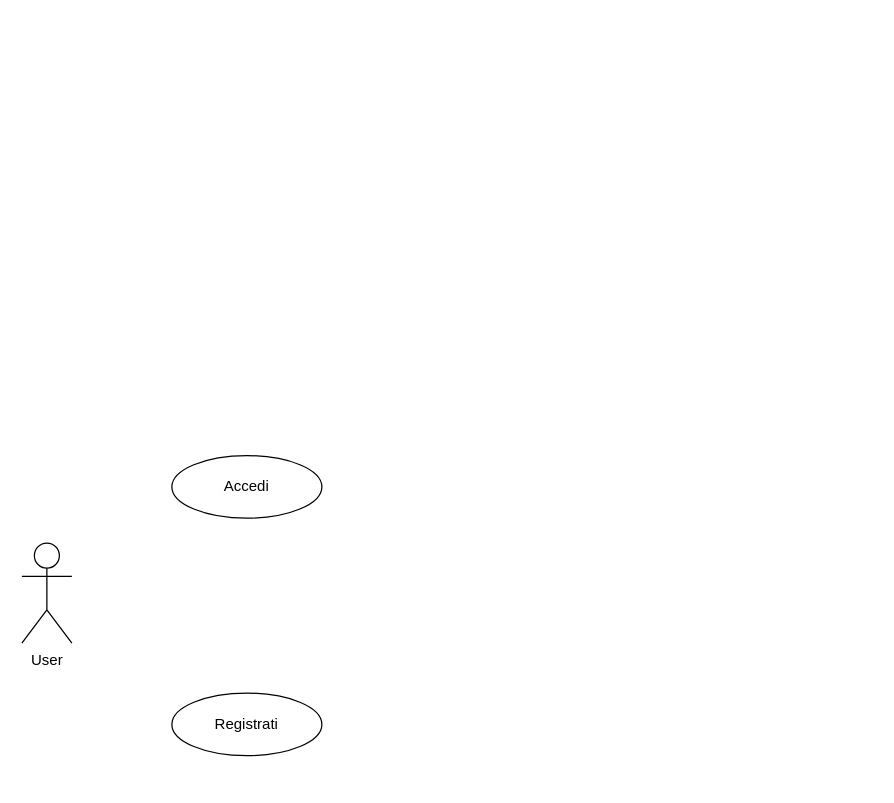
Above: FItTracker.drawio in FedePreto/FitTracker (draw.io), before the change. Source tidied: cells renumbered, new cells numbered last; positions are measured from the earlier drawing's top-left corner, leaving out a move shared by most shapes. Both pictures are drawn from the tidied source at 125%, with x=0, y=0 at pixel (21, 455).
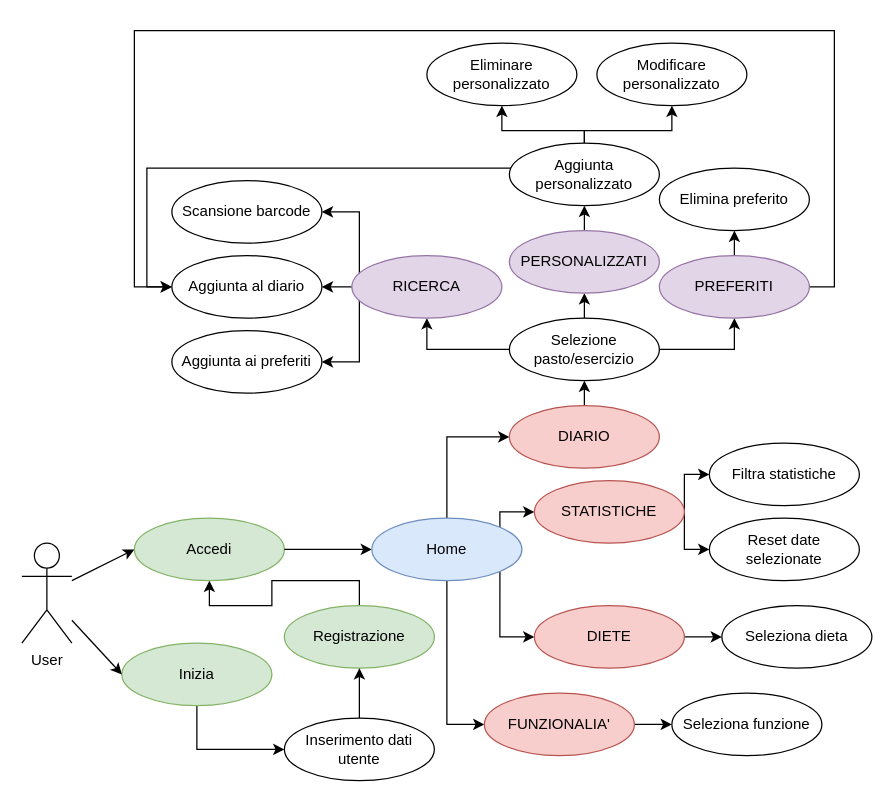
After the change.

Unchanged cells that the change refers to:
```xml
<mxCell id="2" value="User" style="shape=umlActor;verticalLabelPosition=bottom;verticalAlign=top;html=1;outlineConnect=0;" parent="1" vertex="1">
  <mxGeometry y="70" width="40" height="80" as="geometry" />
</mxCell>
```

The edit, as a diff of the source:
```diff
@@
-    <mxCell id="3" value="Accedi" style="ellipse;whiteSpace=wrap;html=1;" parent="1" vertex="1">
-      <mxGeometry x="120" width="120" height="50" as="geometry" />
+    <mxCell id="3" value="Accedi" style="ellipse;whiteSpace=wrap;html=1;fillColor=#d5e8d4;strokeColor=#82b366;" parent="1" vertex="1">
+      <mxGeometry x="90" y="50" width="120" height="50" as="geometry" />
     </mxCell>
+    <mxCell id="5" style="edgeStyle=orthogonalEdgeStyle;rounded=0;jettySize=auto;html=1;exitX=0.5;exitY=1;exitDx=0;exitDy=0;entryX=0;entryY=0.5;entryDx=0;entryDy=0;" parent="1" edge="1" source="4" target="53">
+      <mxGeometry relative="1" as="geometry" />
+    </mxCell>
-    <mxCell id="4" value="Registrati" style="ellipse;whiteSpace=wrap;html=1;" parent="1" vertex="1">
-      <mxGeometry x="120" y="190" width="120" height="50" as="geometry" />
+    <mxCell id="4" value="Inizia" style="ellipse;whiteSpace=wrap;html=1;fillColor=#d5e8d4;strokeColor=#82b366;" parent="1" vertex="1">
+      <mxGeometry x="80" y="150" width="120" height="50" as="geometry" />
     </mxCell>
+    <mxCell id="6" style="endArrow=classic;html=1;rounded=0;entryX=0;entryY=0.5;entryDx=0;entryDy=0;" parent="1" edge="1" source="2" target="3">
+      <mxGeometry relative="1" as="geometry" />
+    </mxCell>
+    <mxCell id="7" style="endArrow=classic;html=1;rounded=0;entryX=0;entryY=0.5;entryDx=0;entryDy=0;" parent="1" edge="1" source="2" target="4">
+      <mxGeometry relative="1" as="geometry" />
+    </mxCell>
+    <mxCell id="8" style="endArrow=classic;html=1;rounded=0;exitX=1;exitY=0.5;exitDx=0;exitDy=0;entryX=0;entryY=0.5;entryDx=0;entryDy=0;" parent="1" edge="1" source="3" target="13">
+      <mxGeometry relative="1" as="geometry" />
+    </mxCell>
+    <mxCell id="9" style="edgeStyle=orthogonalEdgeStyle;rounded=0;jettySize=auto;html=1;exitX=0.5;exitY=0;exitDx=0;exitDy=0;entryX=0;entryY=0.5;entryDx=0;entryDy=0;" parent="1" edge="1" source="13" target="17">
+      <mxGeometry relative="1" as="geometry" />
+    </mxCell>
+    <mxCell id="10" style="edgeStyle=orthogonalEdgeStyle;rounded=0;jettySize=auto;html=1;exitX=1;exitY=0;exitDx=0;exitDy=0;entryX=0;entryY=0.5;entryDx=0;entryDy=0;" parent="1" edge="1" source="13" target="20">
+      <mxGeometry relative="1" as="geometry">
+        <Array as="points">
+          <mxPoint x="383" y="45" />
+        </Array>
+      </mxGeometry>
+    </mxCell>
+    <mxCell id="11" style="edgeStyle=orthogonalEdgeStyle;rounded=0;jettySize=auto;html=1;exitX=1;exitY=1;exitDx=0;exitDy=0;entryX=0;entryY=0.5;entryDx=0;entryDy=0;" parent="1" edge="1" source="13" target="22">
+      <mxGeometry relative="1" as="geometry">
+        <Array as="points">
+          <mxPoint x="383" y="145" />
+        </Array>
+      </mxGeometry>
+    </mxCell>
+    <mxCell id="12" style="edgeStyle=orthogonalEdgeStyle;rounded=0;jettySize=auto;html=1;exitX=0.5;exitY=1;exitDx=0;exitDy=0;entryX=0;entryY=0.5;entryDx=0;entryDy=0;" parent="1" edge="1" source="13" target="24">
+      <mxGeometry relative="1" as="geometry" />
+    </mxCell>
+    <mxCell id="13" value="Home" style="ellipse;whiteSpace=wrap;html=1;fillColor=#dae8fc;strokeColor=#6c8ebf;" parent="1" vertex="1">
+      <mxGeometry x="280" y="50" width="120" height="50" as="geometry" />
+    </mxCell>
+    <mxCell id="14" style="edgeStyle=orthogonalEdgeStyle;rounded=0;jettySize=auto;html=1;exitX=0.5;exitY=0;exitDx=0;exitDy=0;entryX=0.5;entryY=1;entryDx=0;entryDy=0;" parent="1" edge="1" source="15" target="3">
+      <mxGeometry relative="1" as="geometry">
+        <Array as="points">
+          <mxPoint x="270" y="100" />
+          <mxPoint x="200" y="100" />
+          <mxPoint x="200" y="120" />
+          <mxPoint x="150" y="120" />
+        </Array>
+      </mxGeometry>
+    </mxCell>
+    <mxCell id="15" value="Registrazione" style="ellipse;whiteSpace=wrap;html=1;fillColor=#d5e8d4;strokeColor=#82b366;" parent="1" vertex="1">
+      <mxGeometry x="210" y="120" width="120" height="50" as="geometry" />
+    </mxCell>
+    <mxCell id="16" style="edgeStyle=orthogonalEdgeStyle;rounded=0;jettySize=auto;html=1;exitX=0.5;exitY=0;exitDx=0;exitDy=0;entryX=0.5;entryY=1;entryDx=0;entryDy=0;" parent="1" edge="1" source="17" target="28">
+      <mxGeometry relative="1" as="geometry" />
+    </mxCell>
+    <mxCell id="17" value="DIARIO" style="ellipse;whiteSpace=wrap;html=1;fillColor=#f8cecc;strokeColor=#b85450;" parent="1" vertex="1">
+      <mxGeometry x="390" y="-40" width="120" height="50" as="geometry" />
+    </mxCell>
+    <mxCell id="18" style="edgeStyle=orthogonalEdgeStyle;rounded=0;jettySize=auto;html=1;exitX=1;exitY=0.5;exitDx=0;exitDy=0;entryX=0;entryY=0.5;entryDx=0;entryDy=0;" parent="1" edge="1" source="20" target="48">
+      <mxGeometry relative="1" as="geometry">
+        <Array as="points">
+          <mxPoint x="530" y="15" />
+        </Array>
+      </mxGeometry>
+    </mxCell>
+    <mxCell id="19" style="edgeStyle=orthogonalEdgeStyle;rounded=0;jettySize=auto;html=1;exitX=1;exitY=0.5;exitDx=0;exitDy=0;entryX=0;entryY=0.5;entryDx=0;entryDy=0;" parent="1" edge="1" source="20" target="49">
+      <mxGeometry relative="1" as="geometry">
+        <Array as="points">
+          <mxPoint x="530" y="75" />
+        </Array>
+      </mxGeometry>
+    </mxCell>
+    <mxCell id="20" value="STATISTICHE" style="ellipse;whiteSpace=wrap;html=1;fillColor=#f8cecc;strokeColor=#b85450;" parent="1" vertex="1">
+      <mxGeometry x="410" y="20" width="120" height="50" as="geometry" />
+    </mxCell>
+    <mxCell id="21" style="edgeStyle=orthogonalEdgeStyle;rounded=0;jettySize=auto;html=1;exitX=1;exitY=0.5;exitDx=0;exitDy=0;entryX=0;entryY=0.5;entryDx=0;entryDy=0;" parent="1" edge="1" source="22" target="50">
+      <mxGeometry relative="1" as="geometry" />
+    </mxCell>
+    <mxCell id="22" value="DIETE" style="ellipse;whiteSpace=wrap;html=1;fillColor=#f8cecc;strokeColor=#b85450;" parent="1" vertex="1">
+      <mxGeometry x="410" y="120" width="120" height="50" as="geometry" />
+    </mxCell>
+    <mxCell id="23" style="edgeStyle=orthogonalEdgeStyle;rounded=0;jettySize=auto;html=1;exitX=1;exitY=0.5;exitDx=0;exitDy=0;entryX=0;entryY=0.5;entryDx=0;entryDy=0;" parent="1" edge="1" source="24" target="51">
+      <mxGeometry relative="1" as="geometry" />
+    </mxCell>
+    <mxCell id="24" value="FUNZIONALIA'" style="ellipse;whiteSpace=wrap;html=1;fillColor=#f8cecc;strokeColor=#b85450;" parent="1" vertex="1">
+      <mxGeometry x="370" y="190" width="120" height="50" as="geometry" />
+    </mxCell>
+    <mxCell id="25" style="edgeStyle=orthogonalEdgeStyle;rounded=0;jettySize=auto;html=1;exitX=0.5;exitY=0;exitDx=0;exitDy=0;entryX=0.5;entryY=1;entryDx=0;entryDy=0;" parent="1" edge="1" source="28" target="34">
+      <mxGeometry relative="1" as="geometry" />
+    </mxCell>
+    <mxCell id="26" style="edgeStyle=orthogonalEdgeStyle;rounded=0;jettySize=auto;html=1;exitX=0;exitY=0.5;exitDx=0;exitDy=0;entryX=0.5;entryY=1;entryDx=0;entryDy=0;" parent="1" edge="1" source="28" target="32">
+      <mxGeometry relative="1" as="geometry" />
+    </mxCell>
+    <mxCell id="27" style="edgeStyle=orthogonalEdgeStyle;rounded=0;jettySize=auto;html=1;exitX=1;exitY=0.5;exitDx=0;exitDy=0;entryX=0.5;entryY=1;entryDx=0;entryDy=0;" parent="1" edge="1" source="28" target="37">
+      <mxGeometry relative="1" as="geometry" />
+    </mxCell>
+    <mxCell id="28" value="Selezione pasto/esercizio" style="ellipse;whiteSpace=wrap;html=1;" parent="1" vertex="1">
+      <mxGeometry x="390" y="-110" width="120" height="50" as="geometry" />
+    </mxCell>
+    <mxCell id="29" style="edgeStyle=orthogonalEdgeStyle;rounded=0;jettySize=auto;html=1;exitX=0;exitY=0.5;exitDx=0;exitDy=0;entryX=1;entryY=0.5;entryDx=0;entryDy=0;" parent="1" edge="1" source="32" target="38">
+      <mxGeometry relative="1" as="geometry" />
+    </mxCell>
+    <mxCell id="30" style="edgeStyle=orthogonalEdgeStyle;rounded=0;jettySize=auto;html=1;entryX=1;entryY=0.5;entryDx=0;entryDy=0;" parent="1" edge="1" target="40">
+      <mxGeometry relative="1" as="geometry">
+        <mxPoint x="270" y="-140" as="sourcePoint" />
+        <Array as="points">
+          <mxPoint x="270" y="-195" />
+        </Array>
+      </mxGeometry>
+    </mxCell>
+    <mxCell id="31" style="edgeStyle=orthogonalEdgeStyle;rounded=0;jettySize=auto;html=1;exitX=0;exitY=0.5;exitDx=0;exitDy=0;entryX=1;entryY=0.5;entryDx=0;entryDy=0;" parent="1" edge="1" source="32" target="39">
+      <mxGeometry relative="1" as="geometry">
+        <Array as="points">
+          <mxPoint x="270" y="-135" />
+          <mxPoint x="270" y="-75" />
+        </Array>
+      </mxGeometry>
+    </mxCell>
+    <mxCell id="32" value="RICERCA" style="ellipse;whiteSpace=wrap;html=1;fillColor=#e1d5e7;strokeColor=#9673a6;" parent="1" vertex="1">
+      <mxGeometry x="264" y="-160" width="120" height="50" as="geometry" />
+    </mxCell>
+    <mxCell id="33" style="edgeStyle=orthogonalEdgeStyle;rounded=0;jettySize=auto;html=1;exitX=0.5;exitY=0;exitDx=0;exitDy=0;entryX=0.5;entryY=1;entryDx=0;entryDy=0;" parent="1" edge="1" source="34" target="44">
+      <mxGeometry relative="1" as="geometry" />
+    </mxCell>
+    <mxCell id="34" value="PERSONALIZZATI" style="ellipse;whiteSpace=wrap;html=1;fillColor=#e1d5e7;strokeColor=#9673a6;" parent="1" vertex="1">
+      <mxGeometry x="390" y="-180" width="120" height="50" as="geometry" />
+    </mxCell>
+    <mxCell id="35" style="edgeStyle=orthogonalEdgeStyle;rounded=0;jettySize=auto;html=1;exitX=0.5;exitY=0;exitDx=0;exitDy=0;entryX=0.5;entryY=1;entryDx=0;entryDy=0;" parent="1" edge="1" source="37" target="47">
+      <mxGeometry relative="1" as="geometry" />
+    </mxCell>
+    <mxCell id="36" style="edgeStyle=orthogonalEdgeStyle;rounded=0;jettySize=auto;html=1;exitX=1;exitY=0.5;exitDx=0;exitDy=0;entryX=0;entryY=0.5;entryDx=0;entryDy=0;" parent="1" edge="1" source="37" target="38">
+      <mxGeometry relative="1" as="geometry">
+        <Array as="points">
+          <mxPoint x="650" y="-135" />
+          <mxPoint x="650" y="-340" />
+          <mxPoint x="90" y="-340" />
+          <mxPoint x="90" y="-135" />
+        </Array>
+      </mxGeometry>
+    </mxCell>
+    <mxCell id="37" value="PREFERITI" style="ellipse;whiteSpace=wrap;html=1;fillColor=#e1d5e7;strokeColor=#9673a6;" parent="1" vertex="1">
+      <mxGeometry x="510" y="-160" width="120" height="50" as="geometry" />
+    </mxCell>
+    <mxCell id="38" value="Aggiunta al diario" style="ellipse;whiteSpace=wrap;html=1;" parent="1" vertex="1">
+      <mxGeometry x="120" y="-160" width="120" height="50" as="geometry" />
+    </mxCell>
+    <mxCell id="39" value="Aggiunta ai preferiti" style="ellipse;whiteSpace=wrap;html=1;" parent="1" vertex="1">
+      <mxGeometry x="120" y="-100" width="120" height="50" as="geometry" />
+    </mxCell>
+    <mxCell id="40" value="Scansione barcode" style="ellipse;whiteSpace=wrap;html=1;" parent="1" vertex="1">
+      <mxGeometry x="120" y="-220" width="120" height="50" as="geometry" />
+    </mxCell>
+    <mxCell id="41" style="edgeStyle=orthogonalEdgeStyle;rounded=0;jettySize=auto;html=1;exitX=0;exitY=0;exitDx=0;exitDy=0;entryX=0;entryY=0.5;entryDx=0;entryDy=0;" parent="1" edge="1" source="44" target="38">
+      <mxGeometry relative="1" as="geometry">
+        <Array as="points">
+          <mxPoint x="407" y="-230" />
+          <mxPoint x="100" y="-230" />
+          <mxPoint x="100" y="-135" />
+        </Array>
+      </mxGeometry>
+    </mxCell>
+    <mxCell id="42" style="edgeStyle=orthogonalEdgeStyle;rounded=0;jettySize=auto;html=1;exitX=0.5;exitY=0;exitDx=0;exitDy=0;entryX=0.5;entryY=1;entryDx=0;entryDy=0;" parent="1" edge="1" source="44" target="45">
+      <mxGeometry relative="1" as="geometry">
+        <Array as="points">
+          <mxPoint x="384" y="-260" />
+        </Array>
+      </mxGeometry>
+    </mxCell>
+    <mxCell id="43" style="edgeStyle=orthogonalEdgeStyle;rounded=0;jettySize=auto;html=1;exitX=0.5;exitY=0;exitDx=0;exitDy=0;entryX=0.5;entryY=1;entryDx=0;entryDy=0;" parent="1" edge="1" source="44" target="46">
+      <mxGeometry relative="1" as="geometry">
+        <Array as="points">
+          <mxPoint x="520" y="-260" />
+        </Array>
+      </mxGeometry>
+    </mxCell>
+    <mxCell id="44" value="Aggiunta personalizzato" style="ellipse;whiteSpace=wrap;html=1;" parent="1" vertex="1">
+      <mxGeometry x="390" y="-250" width="120" height="50" as="geometry" />
+    </mxCell>
+    <mxCell id="45" value="Eliminare personalizzato" style="ellipse;whiteSpace=wrap;html=1;" parent="1" vertex="1">
+      <mxGeometry x="324" y="-330" width="120" height="50" as="geometry" />
+    </mxCell>
+    <mxCell id="46" value="Modificare personalizzato" style="ellipse;whiteSpace=wrap;html=1;" parent="1" vertex="1">
+      <mxGeometry x="460" y="-330" width="120" height="50" as="geometry" />
+    </mxCell>
+    <mxCell id="47" value="Elimina preferito" style="ellipse;whiteSpace=wrap;html=1;" parent="1" vertex="1">
+      <mxGeometry x="510" y="-230" width="120" height="50" as="geometry" />
+    </mxCell>
+    <mxCell id="48" value="Filtra statistiche" style="ellipse;whiteSpace=wrap;html=1;" parent="1" vertex="1">
+      <mxGeometry x="550" y="-10" width="120" height="50" as="geometry" />
+    </mxCell>
+    <mxCell id="49" value="Reset date selezionate" style="ellipse;whiteSpace=wrap;html=1;" parent="1" vertex="1">
+      <mxGeometry x="550" y="50" width="120" height="50" as="geometry" />
+    </mxCell>
+    <mxCell id="50" value="Seleziona dieta" style="ellipse;whiteSpace=wrap;html=1;" parent="1" vertex="1">
+      <mxGeometry x="560" y="120" width="120" height="50" as="geometry" />
+    </mxCell>
+    <mxCell id="51" value="Seleziona funzione" style="ellipse;whiteSpace=wrap;html=1;" parent="1" vertex="1">
+      <mxGeometry x="520" y="190" width="120" height="50" as="geometry" />
+    </mxCell>
+    <mxCell id="52" style="edgeStyle=orthogonalEdgeStyle;rounded=0;jettySize=auto;html=1;exitX=0.5;exitY=0;exitDx=0;exitDy=0;entryX=0.5;entryY=1;entryDx=0;entryDy=0;" parent="1" edge="1" source="53" target="15">
+      <mxGeometry relative="1" as="geometry" />
+    </mxCell>
+    <mxCell id="53" value="Inserimento dati utente" style="ellipse;whiteSpace=wrap;html=1;" parent="1" vertex="1">
+      <mxGeometry x="210" y="210" width="120" height="50" as="geometry" />
+    </mxCell>
```
